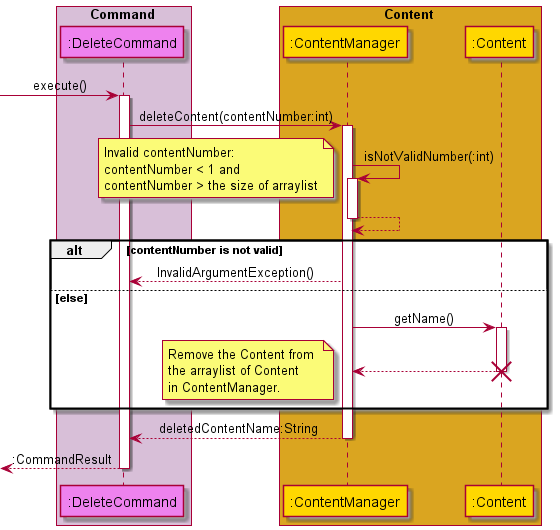
Above: docs/attachments/DeletingContentSequenceDiagram.png in nus-cs2113-AY2122S1/tp (PlantUML), before the change.
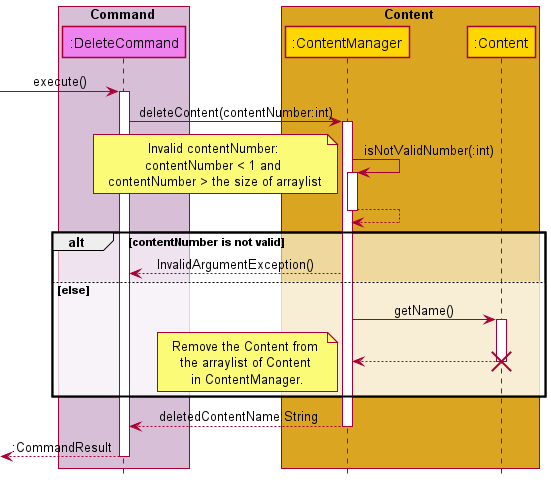
Above is the later version.

What changed in the source:
```diff
@@ -1,15 +1,15 @@
 @startuml
 
 
-skinparam sequenceMessageAlign center
+!include ../SequenceStyle.puml
 
-box Command #thistle
-participant ":DeleteCommand" as DeleteCommand #violet
+box Command COMMAND_BOX_COLOR
+participant ":DeleteCommand" as DeleteCommand COMMAND_COLOR
 endbox
 
-box Content #goldenrod
-participant ":ContentManager" as ContentManager #gold
-participant ":Content" as Content #gold
+box Content CONTENT_BOX_COLOR
+participant ":ContentManager" as ContentManager CONTENT_COLOR
+participant ":Content" as Content CONTENT_COLOR
 endbox
 
 -> DeleteCommand : execute()
```
